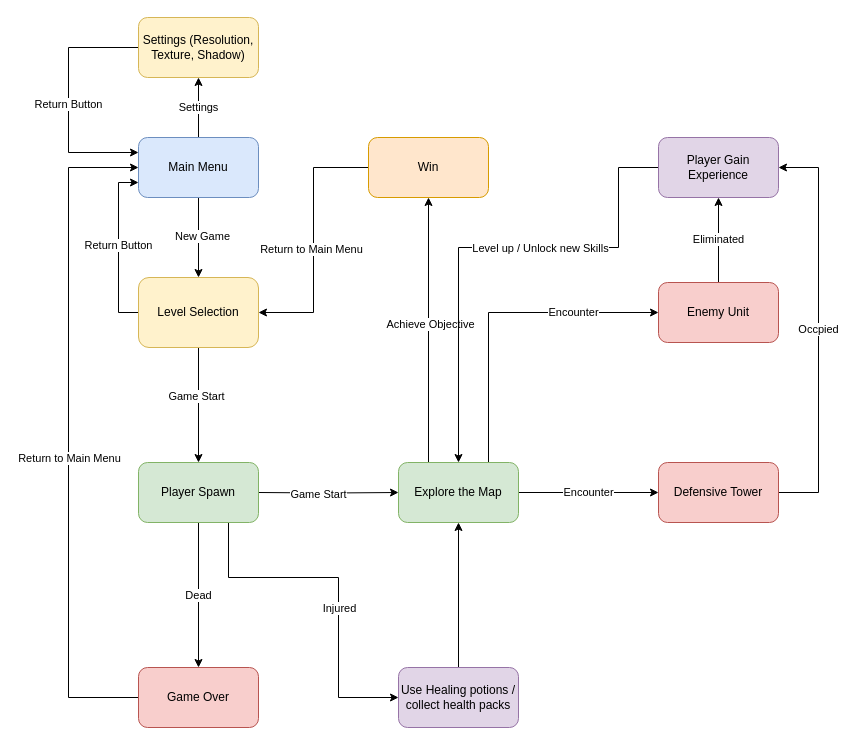
The draw.io diagram Untitled Diagram.drawio in songjian0127/HTML-, before the edit. Source tidied: cells renumbered, new cells numbered last; positions are measured from the earlier drawing's top-left corner, leaving out a move shared by most shapes. Both pictures are drawn from the tidied source at 100%, with x=0, y=0 at pixel (68, 17).
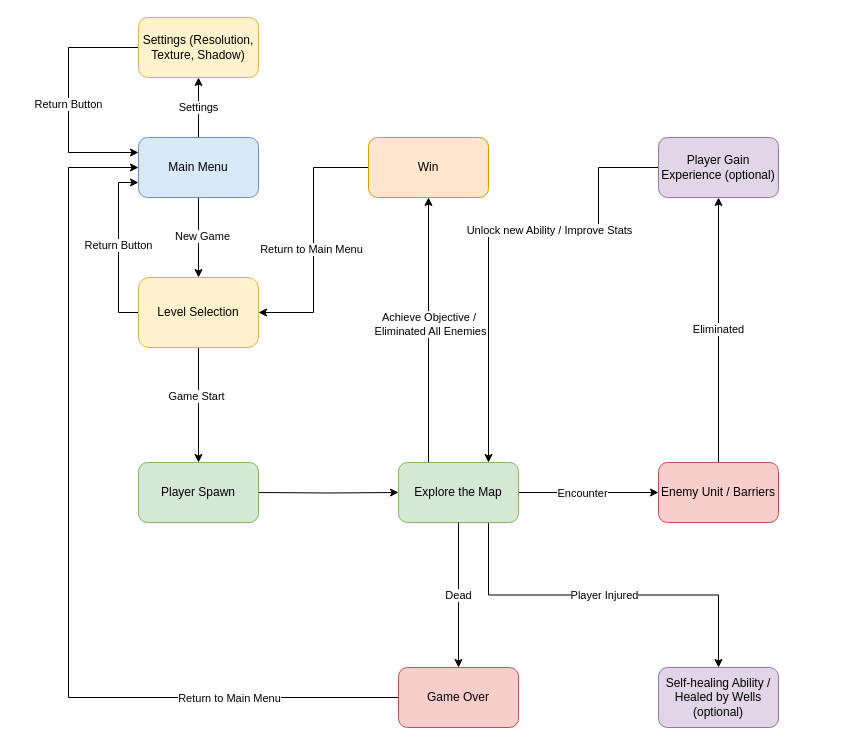
The same diagram, later.

The change refers to these unchanged cells:
```xml
<mxCell id="14" style="edgeStyle=orthogonalEdgeStyle;rounded=0;jettySize=auto;html=1;" parent="1" edge="1" target="20">
  <mxGeometry relative="1" as="geometry">
    <mxPoint x="190" y="475" as="sourcePoint" />
  </mxGeometry>
</mxCell>
<mxCell id="16" style="edgeStyle=orthogonalEdgeStyle;rounded=0;jettySize=auto;html=1;exitX=0.25;exitY=0;exitDx=0;exitDy=0;entryX=0.5;entryY=1;entryDx=0;entryDy=0;" parent="1" edge="1" source="20" target="31">
  <mxGeometry relative="1" as="geometry" />
</mxCell>
<mxCell id="20" value="Explore the Map" style="whiteSpace=wrap;html=1;rounded=1;fillColor=#d5e8d4;strokeColor=#82b366;" parent="1" vertex="1">
  <mxGeometry x="330" y="445" width="120" height="60" as="geometry" />
</mxCell>
<mxCell id="26" style="edgeStyle=orthogonalEdgeStyle;rounded=0;jettySize=auto;html=1;entryX=0;entryY=0.5;entryDx=0;entryDy=0;exitX=0;exitY=0.5;exitDx=0;exitDy=0;" parent="1" edge="1" source="28" target="5">
  <mxGeometry relative="1" as="geometry">
    <Array as="points">
      <mxPoint y="680" />
      <mxPoint y="150" />
    </Array>
  </mxGeometry>
</mxCell>
<mxCell id="39" value="Player Spawn" style="whiteSpace=wrap;html=1;rounded=1;fillColor=#d5e8d4;strokeColor=#82b366;" parent="1" vertex="1">
  <mxGeometry x="70" y="445" width="120" height="60" as="geometry" />
</mxCell>
```

Diff of the diagram source:
```diff
@@
-    <mxCell id="15" value="Game Start" style="edgeLabel;html=1;align=center;verticalAlign=middle;" parent="14" vertex="1">
-      <mxGeometry x="-0.14" y="-1" relative="1" as="geometry" />
-    </mxCell>
@@
-    <mxCell id="17" value="Achieve Objective" style="edgeLabel;html=1;align=center;verticalAlign=middle;" parent="16" vertex="1">
+    <mxCell id="17" value="Achieve Objective /&amp;nbsp;&lt;div&gt;Eliminated All Enemies&lt;/div&gt;" style="edgeLabel;html=1;align=center;verticalAlign=middle;" parent="16" vertex="1">
       <mxGeometry x="0.05" y="-1" relative="1" as="geometry" />
     </mxCell>
-    <mxCell id="18" value="Encounter" style="edgeStyle=orthogonalEdgeStyle;rounded=0;jettySize=auto;html=1;exitX=1;exitY=0.5;exitDx=0;exitDy=0;entryX=0;entryY=0.5;entryDx=0;entryDy=0;" parent="1" edge="1" source="20" target="37">
-      <mxGeometry relative="1" as="geometry" />
-    </mxCell>
+    <mxCell id="40" value="Player Injured" style="edgeStyle=orthogonalEdgeStyle;rounded=0;jettySize=auto;html=1;exitX=0.75;exitY=1;exitDx=0;exitDy=0;" parent="1" edge="1" source="20" target="25">
+      <mxGeometry relative="1" as="geometry" />
+    </mxCell>
-    <mxCell id="19" value="Encounter" style="edgeStyle=orthogonalEdgeStyle;rounded=0;jettySize=auto;html=1;exitX=0.75;exitY=0;exitDx=0;exitDy=0;entryX=0;entryY=0.5;entryDx=0;entryDy=0;" parent="1" edge="1" source="20" target="33">
-      <mxGeometry x="0.47" relative="1" as="geometry" />
+    <mxCell id="19" style="edgeStyle=orthogonalEdgeStyle;rounded=0;jettySize=auto;html=1;exitX=1;exitY=0.5;exitDx=0;exitDy=0;entryX=0;entryY=0.5;entryDx=0;entryDy=0;" parent="1" edge="1" source="20" target="33">
+      <mxGeometry relative="1" as="geometry" />
     </mxCell>
+    <mxCell id="41" value="Encounter" style="edgeLabel;html=1;align=center;verticalAlign=middle;" parent="19" vertex="1">
+      <mxGeometry x="-0.42" y="-2" relative="1" as="geometry">
+        <mxPoint x="22" y="-2" as="offset" />
+      </mxGeometry>
+    </mxCell>
@@
-    <mxCell id="21" style="edgeStyle=orthogonalEdgeStyle;rounded=0;jettySize=auto;html=1;exitX=0;exitY=0.5;exitDx=0;exitDy=0;entryX=0.5;entryY=0;entryDx=0;entryDy=0;" parent="1" edge="1" source="23" target="20">
+    <mxCell id="21" style="edgeStyle=orthogonalEdgeStyle;rounded=0;jettySize=auto;html=1;exitX=0;exitY=0.5;exitDx=0;exitDy=0;entryX=0.75;entryY=0;entryDx=0;entryDy=0;" parent="1" edge="1" source="23" target="20">
       <mxGeometry relative="1" as="geometry">
         <Array as="points">
-          <mxPoint x="550" y="150" />
-          <mxPoint x="550" y="230" />
-          <mxPoint x="390" y="230" />
+          <mxPoint x="530" y="150" />
+          <mxPoint x="530" y="210" />
+          <mxPoint x="420" y="210" />
         </Array>
       </mxGeometry>
     </mxCell>
-    <mxCell id="22" value="Level up / Unlock new Skills" style="edgeLabel;html=1;align=center;verticalAlign=middle;" parent="21" vertex="1">
-      <mxGeometry x="-0.26" y="-2" relative="1" as="geometry">
-        <mxPoint x="-16" y="2" as="offset" />
-      </mxGeometry>
-    </mxCell>
+    <mxCell id="42" value="Unlock new Ability / Improve Stats" style="edgeLabel;html=1;align=center;verticalAlign=middle;" parent="21" vertex="1">
+      <mxGeometry x="-0.18" y="2" relative="1" as="geometry">
+        <mxPoint x="21" as="offset" />
+      </mxGeometry>
+    </mxCell>
-    <mxCell id="23" value="Player Gain Experience" style="whiteSpace=wrap;html=1;rounded=1;fillColor=#e1d5e7;strokeColor=#9673a6;" parent="1" vertex="1">
+    <mxCell id="23" value="Player Gain Experience (optional)" style="whiteSpace=wrap;html=1;rounded=1;fillColor=#e1d5e7;strokeColor=#9673a6;" parent="1" vertex="1">
       <mxGeometry x="590" y="120" width="120" height="60" as="geometry" />
     </mxCell>
-    <mxCell id="24" style="edgeStyle=orthogonalEdgeStyle;rounded=0;jettySize=auto;html=1;exitX=0.5;exitY=0;exitDx=0;exitDy=0;entryX=0.5;entryY=1;entryDx=0;entryDy=0;" parent="1" edge="1" source="25" target="20">
-      <mxGeometry relative="1" as="geometry" />
-    </mxCell>
-    <mxCell id="25" value="Use Healing potions / collect health packs" style="whiteSpace=wrap;html=1;rounded=1;fillColor=#e1d5e7;strokeColor=#9673a6;" parent="1" vertex="1">
-      <mxGeometry x="330" y="650" width="120" height="60" as="geometry" />
+    <mxCell id="25" value="Self-healing Ability / Healed by Wells (optional)" style="whiteSpace=wrap;html=1;rounded=1;fillColor=#e1d5e7;strokeColor=#9673a6;" parent="1" vertex="1">
+      <mxGeometry x="590" y="650" width="120" height="60" as="geometry" />
     </mxCell>
@@
     <mxCell id="27" value="Return to Main Menu" style="edgeLabel;html=1;align=center;verticalAlign=middle;" parent="26" vertex="1">
       <mxGeometry x="-0.63" relative="1" as="geometry">
-        <mxPoint y="-186" as="offset" />
+        <mxPoint x="2" as="offset" />
       </mxGeometry>
     </mxCell>
     <mxCell id="28" value="Game Over" style="whiteSpace=wrap;html=1;rounded=1;fillColor=#f8cecc;strokeColor=#b85450;" parent="1" vertex="1">
-      <mxGeometry x="70" y="650" width="120" height="60" as="geometry" />
+      <mxGeometry x="330" y="650" width="120" height="60" as="geometry" />
     </mxCell>
@@
-    <mxCell id="33" value="Enemy Unit" style="whiteSpace=wrap;html=1;rounded=1;fillColor=#f8cecc;strokeColor=#b85450;" parent="1" vertex="1">
-      <mxGeometry x="590" y="265" width="120" height="60" as="geometry" />
+    <mxCell id="33" value="Enemy Unit / Barriers" style="whiteSpace=wrap;html=1;rounded=1;fillColor=#f8cecc;strokeColor=#b85450;" parent="1" vertex="1">
+      <mxGeometry x="590" y="445" width="120" height="60" as="geometry" />
     </mxCell>
-    <mxCell id="34" value="Occpied" style="edgeStyle=orthogonalEdgeStyle;rounded=0;jettySize=auto;html=1;exitX=1;exitY=0.5;exitDx=0;exitDy=0;entryX=1;entryY=0.5;entryDx=0;entryDy=0;" parent="1" edge="1" source="37" target="23">
-      <mxGeometry relative="1" as="geometry">
-        <Array as="points">
-          <mxPoint x="750" y="475" />
-          <mxPoint x="750" y="150" />
-        </Array>
-      </mxGeometry>
-    </mxCell>
-    <mxCell id="35" style="edgeStyle=orthogonalEdgeStyle;rounded=0;jettySize=auto;html=1;exitX=0.75;exitY=1;exitDx=0;exitDy=0;entryX=0;entryY=0.5;entryDx=0;entryDy=0;" parent="1" edge="1" source="39" target="25">
-      <mxGeometry relative="1" as="geometry">
-        <Array as="points">
-          <mxPoint x="160" y="560" />
-          <mxPoint x="270" y="560" />
-          <mxPoint x="270" y="680" />
-        </Array>
-      </mxGeometry>
-    </mxCell>
-    <mxCell id="36" value="Injured" style="edgeLabel;html=1;align=center;verticalAlign=middle;" parent="35" vertex="1">
-      <mxGeometry x="-0.02" y="4" relative="1" as="geometry">
-        <mxPoint x="-4" y="26" as="offset" />
-      </mxGeometry>
-    </mxCell>
-    <mxCell id="37" value="Defensive Tower" style="whiteSpace=wrap;html=1;rounded=1;fillColor=#f8cecc;strokeColor=#b85450;" parent="1" vertex="1">
-      <mxGeometry x="590" y="445" width="120" height="60" as="geometry" />
-    </mxCell>
-    <mxCell id="38" value="Dead" style="edgeStyle=orthogonalEdgeStyle;rounded=0;jettySize=auto;html=1;exitX=0.5;exitY=1;exitDx=0;exitDy=0;entryX=0.5;entryY=0;entryDx=0;entryDy=0;" parent="1" edge="1" source="39" target="28">
+    <mxCell id="38" value="Dead" style="edgeStyle=orthogonalEdgeStyle;rounded=0;jettySize=auto;html=1;exitX=0.5;exitY=1;exitDx=0;exitDy=0;entryX=0.5;entryY=0;entryDx=0;entryDy=0;" parent="1" edge="1" source="20" target="28">
       <mxGeometry relative="1" as="geometry" />
     </mxCell>
```
